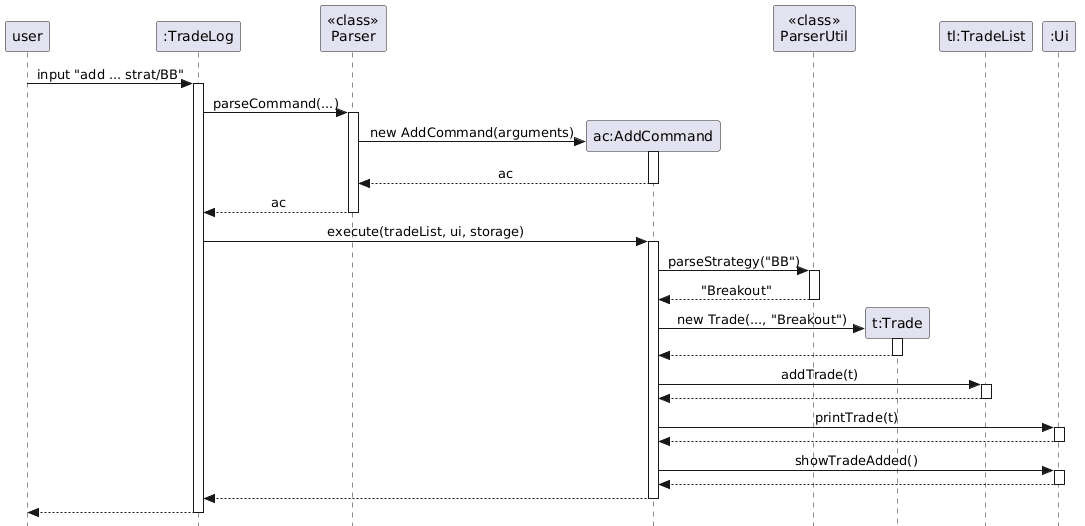
This is docs/diagrams/strategy-shortcut-add-sequence.png from AY2526S2-CS2113-T11-2/tp, a PlantUML export, as it was before one commit.
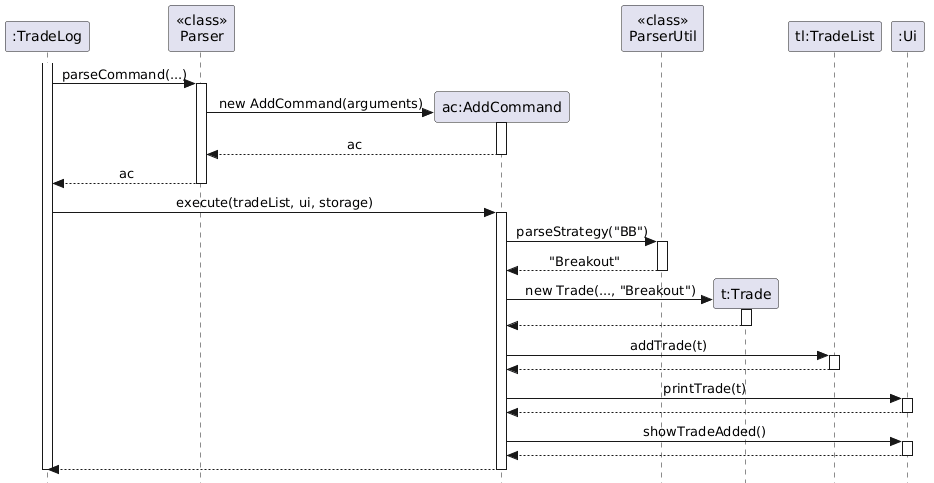
After the change.

The edit, as a diff of the source:
```diff
@@ -3,7 +3,6 @@
 skinparam Style strictuml
 skinparam SequenceMessageAlign center
 
-participant "user" as User
 participant ":TradeLog" as TradeLog
 participant "<<class>>\nParser" as Parser
 participant "ac:AddCommand" as AddCommand
@@ -12,7 +11,6 @@
 participant "tl:TradeList" as TradeList
 participant ":Ui" as Ui
 
-User -> TradeLog : input "add ... strat/BB"
 activate TradeLog
 
 TradeLog -> Parser : parseCommand(...)
@@ -53,6 +51,5 @@
 deactivate Ui
 AddCommand --> TradeLog
 deactivate AddCommand
-TradeLog --> User
 deactivate TradeLog
 @enduml
```
